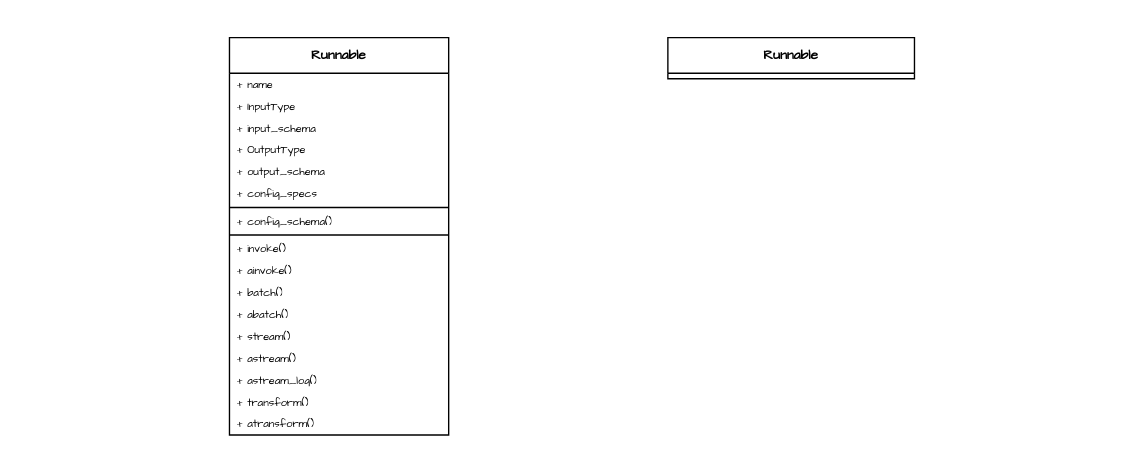
The draw.io diagram page "Runnable" (2 of 7) of Draw_Files/langchain.drawio in wangmu0115/WangMu, before the edit. Source tidied: cells renumbered, new cells numbered last; positions are measured from the earlier drawing's top-left corner, leaving out a move shared by most shapes. Both pictures are drawn from the tidied source at 137%, with x=0, y=0 at pixel (229, 37).
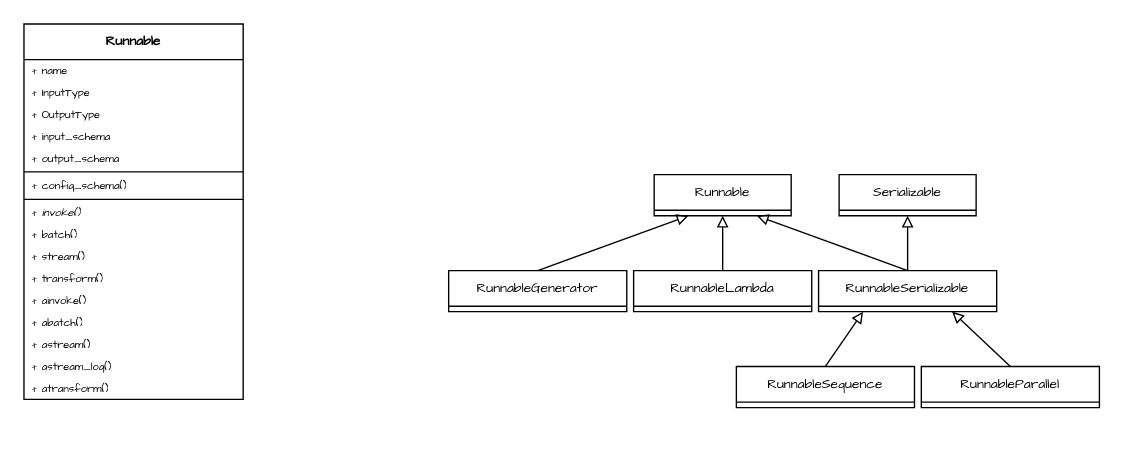
The same page after the edit.

What changed in the source:
```diff
@@
     <mxCell id="2" value="Runnable" style="swimlane;fontStyle=1;align=center;verticalAlign=top;horizontal=1;startSize=26;whiteSpace=wrap;html=1;fontFamily=Comic Sans MS;fontSize=10;" parent="1" vertex="1">
-      <mxGeometry width="160" height="290" as="geometry" />
+      <mxGeometry x="-150" y="-10" width="160" height="274" as="geometry" />
     </mxCell>
@@
+    <mxCell id="6" value="&lt;span style=&quot;background-color: transparent; color: light-dark(rgb(0, 0, 0), rgb(255, 255, 255));&quot;&gt;+ OutputType&amp;nbsp;&lt;/span&gt;" style="text;strokeColor=none;fillColor=none;align=left;verticalAlign=middle;spacingLeft=4;spacingRight=4;overflow=hidden;whiteSpace=wrap;html=1;fontFamily=Comic Sans MS;fontSize=8;" parent="2" vertex="1">
+      <mxGeometry y="58" width="160" height="16" as="geometry" />
+    </mxCell>
     <mxCell id="5" value="&lt;span style=&quot;background-color: transparent; color: light-dark(rgb(0, 0, 0), rgb(255, 255, 255));&quot;&gt;+ input_schema&amp;nbsp;&lt;/span&gt;" style="text;strokeColor=none;fillColor=none;align=left;verticalAlign=middle;spacingLeft=4;spacingRight=4;overflow=hidden;whiteSpace=wrap;html=1;fontFamily=Comic Sans MS;fontSize=8;" parent="2" vertex="1">
-      <mxGeometry y="58" width="160" height="16" as="geometry" />
+      <mxGeometry y="74" width="160" height="16" as="geometry" />
     </mxCell>
-    <mxCell id="6" value="&lt;span style=&quot;background-color: transparent; color: light-dark(rgb(0, 0, 0), rgb(255, 255, 255));&quot;&gt;+ OutputType&amp;nbsp;&lt;/span&gt;" style="text;strokeColor=none;fillColor=none;align=left;verticalAlign=middle;spacingLeft=4;spacingRight=4;overflow=hidden;whiteSpace=wrap;html=1;fontFamily=Comic Sans MS;fontSize=8;" parent="2" vertex="1">
-      <mxGeometry y="74" width="160" height="16" as="geometry" />
-    </mxCell>
@@
-    <mxCell id="8" value="&lt;span style=&quot;background-color: transparent; color: light-dark(rgb(0, 0, 0), rgb(255, 255, 255));&quot;&gt;+ config_specs&amp;nbsp;&lt;/span&gt;" style="text;strokeColor=none;fillColor=none;align=left;verticalAlign=middle;spacingLeft=4;spacingRight=4;overflow=hidden;whiteSpace=wrap;html=1;fontFamily=Comic Sans MS;fontSize=8;" parent="2" vertex="1">
-      <mxGeometry y="106" width="160" height="16" as="geometry" />
-    </mxCell>
     <mxCell id="9" style="line;strokeWidth=1;fillColor=none;align=left;verticalAlign=middle;spacingTop=-1;spacingLeft=3;spacingRight=3;labelPosition=right;strokeColor=inherit;fontFamily=Comic Sans MS;" parent="2" vertex="1">
-      <mxGeometry y="122" width="160" height="4" as="geometry" />
+      <mxGeometry y="106" width="160" height="4" as="geometry" />
     </mxCell>
     <mxCell id="10" value="+ config_schema()" style="text;strokeColor=none;fillColor=none;align=left;verticalAlign=middle;spacingLeft=4;spacingRight=4;overflow=hidden;whiteSpace=wrap;html=1;fontFamily=Comic Sans MS;fontSize=8;" parent="2" vertex="1">
-      <mxGeometry y="126" width="160" height="16" as="geometry" />
+      <mxGeometry y="110" width="160" height="16" as="geometry" />
     </mxCell>
     <mxCell id="11" style="line;strokeWidth=1;fillColor=none;align=left;verticalAlign=middle;spacingTop=-1;spacingLeft=3;spacingRight=3;labelPosition=right;strokeColor=inherit;" parent="2" vertex="1">
-      <mxGeometry y="142" width="160" height="4" as="geometry" />
+      <mxGeometry y="126" width="160" height="4" as="geometry" />
     </mxCell>
-    <mxCell id="12" value="+ invoke()" style="text;strokeColor=none;fillColor=none;align=left;verticalAlign=middle;spacingLeft=4;spacingRight=4;overflow=hidden;whiteSpace=wrap;html=1;fontFamily=Comic Sans MS;fontSize=8;" parent="2" vertex="1">
-      <mxGeometry y="146" width="160" height="16" as="geometry" />
+    <mxCell id="12" value="+ &lt;i&gt;invoke()&lt;/i&gt;" style="text;strokeColor=none;fillColor=none;align=left;verticalAlign=middle;spacingLeft=4;spacingRight=4;overflow=hidden;whiteSpace=wrap;html=1;fontFamily=Comic Sans MS;fontSize=8;fontStyle=0;" parent="2" vertex="1">
+      <mxGeometry y="130" width="160" height="16" as="geometry" />
     </mxCell>
+    <mxCell id="14" value="+ batch()" style="text;strokeColor=none;fillColor=none;align=left;verticalAlign=middle;spacingLeft=4;spacingRight=4;overflow=hidden;whiteSpace=wrap;html=1;fontFamily=Comic Sans MS;fontSize=8;" parent="2" vertex="1">
+      <mxGeometry y="146" width="160" height="16" as="geometry" />
+    </mxCell>
+    <mxCell id="16" value="+ stream()" style="text;strokeColor=none;fillColor=none;align=left;verticalAlign=middle;spacingLeft=4;spacingRight=4;overflow=hidden;whiteSpace=wrap;html=1;fontFamily=Comic Sans MS;fontSize=8;" parent="2" vertex="1">
+      <mxGeometry y="162" width="160" height="16" as="geometry" />
+    </mxCell>
+    <mxCell id="19" value="+ transform()" style="text;strokeColor=none;fillColor=none;align=left;verticalAlign=middle;spacingLeft=4;spacingRight=4;overflow=hidden;whiteSpace=wrap;html=1;fontFamily=Comic Sans MS;fontSize=8;" parent="2" vertex="1">
+      <mxGeometry y="178" width="160" height="16" as="geometry" />
+    </mxCell>
     <mxCell id="13" value="+ ainvoke()" style="text;strokeColor=none;fillColor=none;align=left;verticalAlign=middle;spacingLeft=4;spacingRight=4;overflow=hidden;whiteSpace=wrap;html=1;fontFamily=Comic Sans MS;fontSize=8;" parent="2" vertex="1">
-      <mxGeometry y="162" width="160" height="16" as="geometry" />
+      <mxGeometry y="194" width="160" height="16" as="geometry" />
     </mxCell>
-    <mxCell id="14" value="+ batch()" style="text;strokeColor=none;fillColor=none;align=left;verticalAlign=middle;spacingLeft=4;spacingRight=4;overflow=hidden;whiteSpace=wrap;html=1;fontFamily=Comic Sans MS;fontSize=8;" parent="2" vertex="1">
-      <mxGeometry y="178" width="160" height="16" as="geometry" />
-    </mxCell>
     <mxCell id="15" value="+ abatch()" style="text;strokeColor=none;fillColor=none;align=left;verticalAlign=middle;spacingLeft=4;spacingRight=4;overflow=hidden;whiteSpace=wrap;html=1;fontFamily=Comic Sans MS;fontSize=8;" parent="2" vertex="1">
-      <mxGeometry y="194" width="160" height="16" as="geometry" />
+      <mxGeometry y="210" width="160" height="16" as="geometry" />
     </mxCell>
-    <mxCell id="16" value="+ stream()" style="text;strokeColor=none;fillColor=none;align=left;verticalAlign=middle;spacingLeft=4;spacingRight=4;overflow=hidden;whiteSpace=wrap;html=1;fontFamily=Comic Sans MS;fontSize=8;" parent="2" vertex="1">
-      <mxGeometry y="210" width="160" height="16" as="geometry" />
-    </mxCell>
@@
-    <mxCell id="19" value="+ transform()" style="text;strokeColor=none;fillColor=none;align=left;verticalAlign=middle;spacingLeft=4;spacingRight=4;overflow=hidden;whiteSpace=wrap;html=1;fontFamily=Comic Sans MS;fontSize=8;" parent="2" vertex="1">
-      <mxGeometry y="258" width="160" height="16" as="geometry" />
-    </mxCell>
     <mxCell id="20" value="+ atransform()" style="text;strokeColor=none;fillColor=none;align=left;verticalAlign=middle;spacingLeft=4;spacingRight=4;overflow=hidden;whiteSpace=wrap;html=1;fontFamily=Comic Sans MS;fontSize=8;" parent="2" vertex="1">
-      <mxGeometry y="274" width="160" height="16" as="geometry" />
+      <mxGeometry y="258" width="160" height="16" as="geometry" />
     </mxCell>
-    <mxCell id="21" value="Runnable" style="swimlane;fontStyle=1;align=center;verticalAlign=top;horizontal=1;startSize=26;whiteSpace=wrap;html=1;fontFamily=Comic Sans MS;fontSize=10;" parent="1" vertex="1" collapsed="1">
-      <mxGeometry x="320" width="180" height="30" as="geometry" />
+    <mxCell id="21" value="Runnable" style="swimlane;fontStyle=0;align=center;verticalAlign=top;horizontal=1;startSize=26;whiteSpace=wrap;html=1;fontFamily=Comic Sans MS;fontSize=10;" parent="1" vertex="1" collapsed="1">
+      <mxGeometry x="310" y="100" width="100" height="30" as="geometry" />
     </mxCell>
+    <mxCell id="22" value="Serializable" style="swimlane;fontStyle=0;align=center;verticalAlign=top;horizontal=1;startSize=26;whiteSpace=wrap;html=1;fontFamily=Comic Sans MS;fontSize=10;" parent="1" vertex="1" collapsed="1">
+      <mxGeometry x="445" y="100" width="100" height="30" as="geometry" />
+    </mxCell>
+    <mxCell id="23" style="rounded=0;jettySize=auto;html=1;exitX=0.5;exitY=0;exitDx=0;exitDy=0;entryX=0.5;entryY=1;entryDx=0;entryDy=0;endArrow=block;endFill=0;" parent="1" edge="1" source="24" target="21">
+      <mxGeometry relative="1" as="geometry" />
+    </mxCell>
+    <mxCell id="24" value="RunnableLambda" style="swimlane;fontStyle=0;align=center;verticalAlign=top;horizontal=1;startSize=26;whiteSpace=wrap;html=1;fontFamily=Comic Sans MS;fontSize=10;" parent="1" vertex="1" collapsed="1">
+      <mxGeometry x="295" y="170" width="130" height="30" as="geometry" />
+    </mxCell>
+    <mxCell id="25" style="rounded=0;jettySize=auto;html=1;exitX=0.5;exitY=0;exitDx=0;exitDy=0;entryX=0.25;entryY=1;entryDx=0;entryDy=0;endArrow=block;endFill=0;" parent="1" edge="1" source="26" target="31">
+      <mxGeometry relative="1" as="geometry" />
+    </mxCell>
+    <mxCell id="26" value="RunnableSequence" style="swimlane;fontStyle=0;align=center;verticalAlign=top;horizontal=1;startSize=26;whiteSpace=wrap;html=1;fontFamily=Comic Sans MS;fontSize=10;" parent="1" vertex="1" collapsed="1">
+      <mxGeometry x="370" y="240" width="130" height="30" as="geometry" />
+    </mxCell>
+    <mxCell id="27" style="rounded=0;jettySize=auto;html=1;exitX=0.5;exitY=0;exitDx=0;exitDy=0;entryX=0.75;entryY=1;entryDx=0;entryDy=0;endArrow=block;endFill=0;" parent="1" edge="1" source="28" target="31">
+      <mxGeometry relative="1" as="geometry" />
+    </mxCell>
+    <mxCell id="28" value="RunnableParallel" style="swimlane;fontStyle=0;align=center;verticalAlign=top;horizontal=1;startSize=26;whiteSpace=wrap;html=1;fontFamily=Comic Sans MS;fontSize=10;" parent="1" vertex="1" collapsed="1">
+      <mxGeometry x="505" y="240" width="130" height="30" as="geometry" />
+    </mxCell>
+    <mxCell id="29" style="rounded=0;jettySize=auto;html=1;exitX=0.5;exitY=0;exitDx=0;exitDy=0;entryX=0.5;entryY=1;entryDx=0;entryDy=0;endArrow=block;endFill=0;" parent="1" edge="1" source="31" target="22">
+      <mxGeometry relative="1" as="geometry" />
+    </mxCell>
+    <mxCell id="30" style="rounded=0;jettySize=auto;html=1;exitX=0.5;exitY=0;exitDx=0;exitDy=0;entryX=0.75;entryY=1;entryDx=0;entryDy=0;endArrow=block;endFill=0;" parent="1" edge="1" source="31" target="21">
+      <mxGeometry relative="1" as="geometry" />
+    </mxCell>
+    <mxCell id="31" value="RunnableSerializable" style="swimlane;fontStyle=0;align=center;verticalAlign=top;horizontal=1;startSize=26;whiteSpace=wrap;html=1;fontFamily=Comic Sans MS;fontSize=10;" parent="1" vertex="1" collapsed="1">
+      <mxGeometry x="430" y="170" width="130" height="30" as="geometry" />
+    </mxCell>
+    <mxCell id="32" style="rounded=0;jettySize=auto;html=1;exitX=0.5;exitY=0;exitDx=0;exitDy=0;entryX=0.25;entryY=1;entryDx=0;entryDy=0;endArrow=block;endFill=0;" parent="1" edge="1" source="33" target="21">
+      <mxGeometry relative="1" as="geometry" />
+    </mxCell>
+    <mxCell id="33" value="RunnableGenerator" style="swimlane;fontStyle=0;align=center;verticalAlign=top;horizontal=1;startSize=26;whiteSpace=wrap;html=1;fontFamily=Comic Sans MS;fontSize=10;" parent="1" vertex="1" collapsed="1">
+      <mxGeometry x="160" y="170" width="130" height="30" as="geometry" />
+    </mxCell>
```
